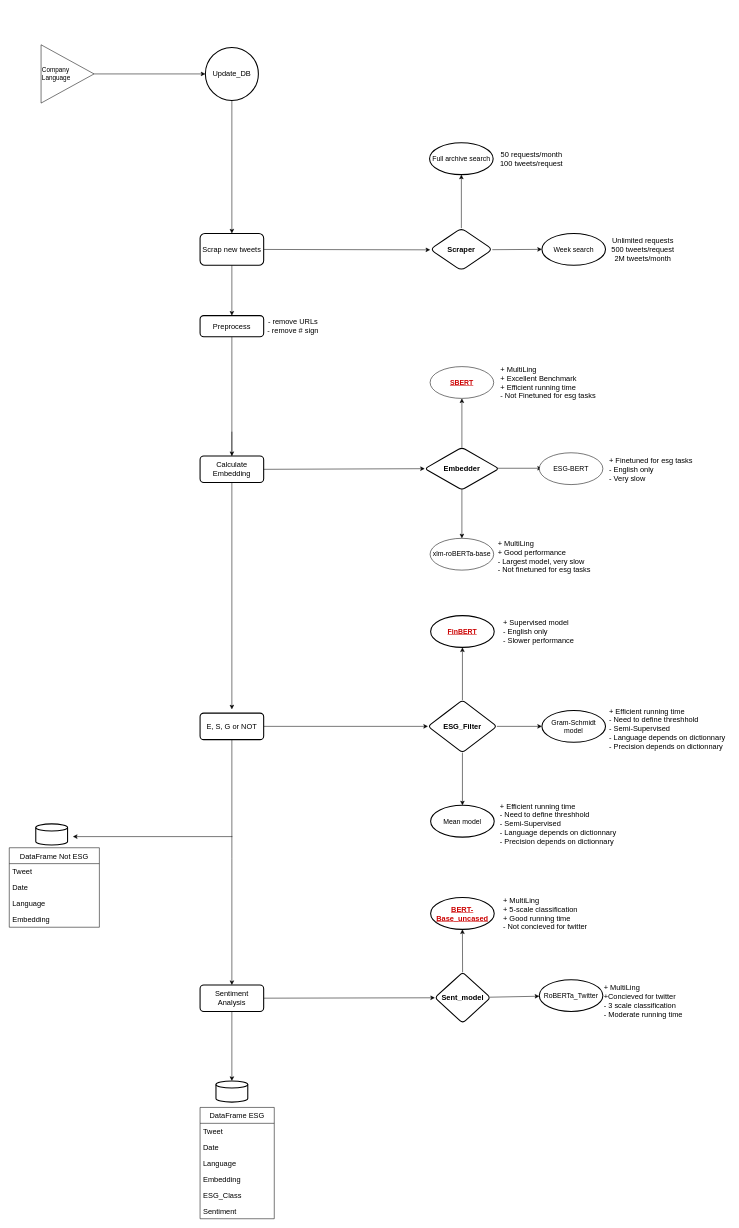
Above: Update_DB.drawio in HusseinRR/Twitter-Sentiment-Analysis (draw.io), before the change. Source tidied: cells renumbered, new cells numbered last; positions are measured from the earlier drawing's top-left corner, leaving out a move shared by most shapes. Both pictures are drawn from the tidied source at 53%, with x=0, y=0 at pixel (9, 45).
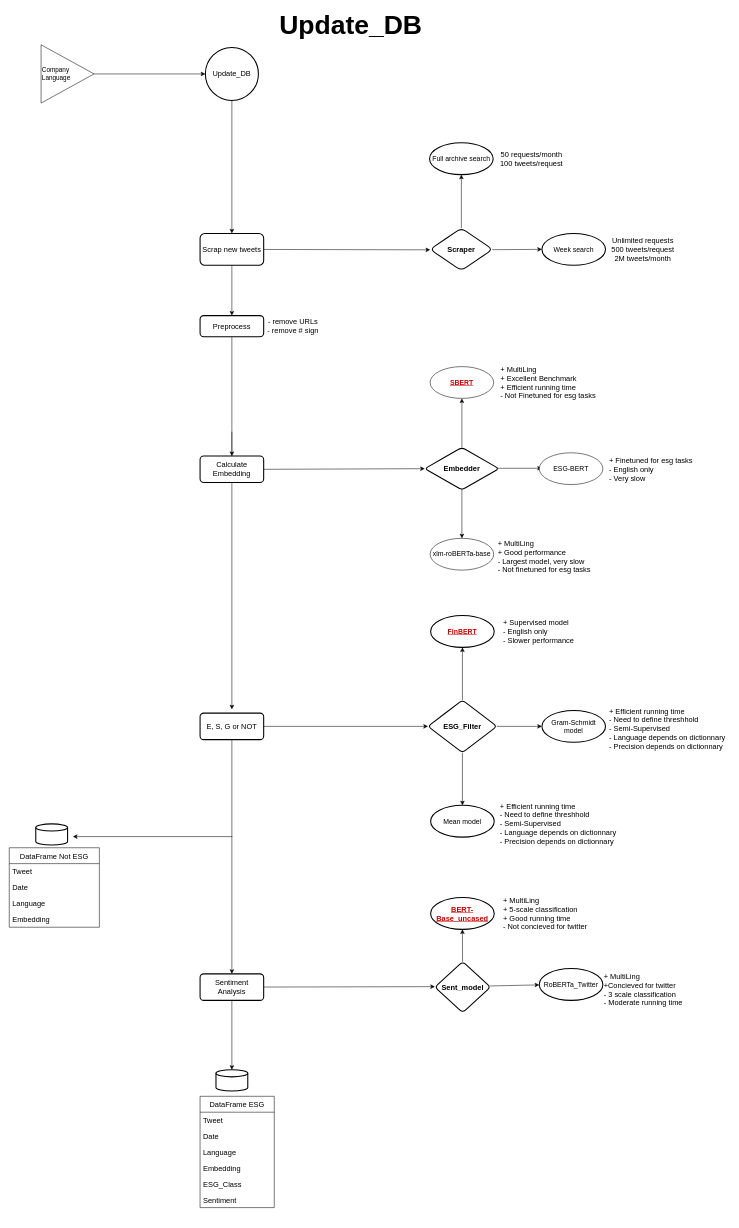
After the change.

Diff of the diagram source:
```diff
@@
-    <mxCell id="6" style="edgeStyle=none;html=1;fontSize=13;fontColor=#CC0000;" parent="1" edge="1" source="8" target="46">
-      <mxGeometry relative="1" as="geometry" />
+    <mxCell id="6" style="edgeStyle=none;html=1;fontSize=13;fontColor=#CC0000;" parent="1" edge="1" source="8">
+      <mxGeometry relative="1" as="geometry">
+        <mxPoint x="803.1" y="1777.1" as="targetPoint" />
+      </mxGeometry>
     </mxCell>
@@
     <mxCell id="8" value="&lt;span style=&quot;font-size: 14px&quot;&gt;Sentiment Analysis&lt;/span&gt;" style="rounded=1;whiteSpace=wrap;html=1;absoluteArcSize=1;arcSize=14;strokeWidth=2;" parent="1" vertex="1">
-      <mxGeometry x="360" y="1774" width="120" height="50" as="geometry" />
+      <mxGeometry x="360" y="1753" width="120" height="50" as="geometry" />
     </mxCell>
     <mxCell id="9" style="strokeWidth=2;html=1;shape=mxgraph.flowchart.database;whiteSpace=wrap;fontSize=14;" parent="1" vertex="1">
-      <mxGeometry x="390" y="1955" width="60" height="40" as="geometry" />
+      <mxGeometry x="390" y="1934" width="60" height="40" as="geometry" />
     </mxCell>
@@
-    <mxCell id="45" style="edgeStyle=none;html=1;fontSize=13;fontColor=#CC0000;" parent="1" edge="1" source="46" target="48">
-      <mxGeometry relative="1" as="geometry" />
+    <mxCell id="45" style="edgeStyle=none;html=1;fontSize=13;fontColor=#CC0000;" parent="1" edge="1" target="48">
+      <mxGeometry relative="1" as="geometry">
+        <mxPoint x="906.7" y="1775.8" as="sourcePoint" />
+      </mxGeometry>
     </mxCell>
     <mxCell id="46" value="&lt;b&gt;&lt;font style=&quot;font-size: 14px&quot;&gt;Sent_model&lt;/font&gt;&lt;/b&gt;" style="rhombus;whiteSpace=wrap;html=1;rounded=1;arcSize=14;strokeWidth=2;" parent="1" vertex="1">
-      <mxGeometry x="803" y="1750" width="105" height="96" as="geometry" />
+      <mxGeometry x="803" y="1730" width="105" height="96" as="geometry" />
     </mxCell>
@@
     <mxCell id="48" value="&lt;span style=&quot;font-size: 13px&quot;&gt;RoBERTa_Twitter&lt;/span&gt;" style="ellipse;whiteSpace=wrap;html=1;rounded=1;arcSize=14;strokeWidth=2;" parent="1" vertex="1">
-      <mxGeometry x="1000" y="1764" width="120" height="60" as="geometry" />
+      <mxGeometry x="1000" y="1743" width="120" height="60" as="geometry" />
     </mxCell>
@@
     <mxCell id="50" value="DataFrame ESG" style="swimlane;fontStyle=0;horizontal=1;startSize=30;fontSize=14;" parent="1" vertex="1">
-      <mxGeometry x="360" y="2005" width="140" height="210" as="geometry" />
+      <mxGeometry x="360" y="1984" width="140" height="210" as="geometry" />
     </mxCell>
@@
     <mxCell id="64" value="+ MultiLing&lt;br&gt;+Concieved for twitter&lt;br&gt;- 3 scale classification&lt;br&gt;- Moderate running time" style="text;html=1;align=left;verticalAlign=middle;strokeColor=none;fillColor=none;fontSize=14;fontColor=#000000;" parent="1" vertex="1">
-      <mxGeometry x="1120" y="1769" width="160" height="70" as="geometry" />
+      <mxGeometry x="1120" y="1748" width="160" height="70" as="geometry" />
     </mxCell>
@@
+    <mxCell id="70" value="&lt;font style=&quot;font-size: 50px&quot;&gt;Update_DB&lt;/font&gt;" style="text;html=1;align=center;verticalAlign=middle;strokeColor=none;fillColor=none;fontStyle=1;" parent="1" vertex="1">
+      <mxGeometry x="504" y="-52" width="280" height="30" as="geometry" />
+    </mxCell>
```
